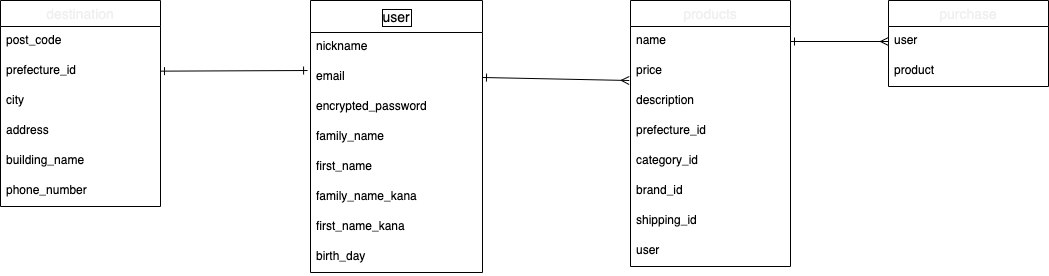
Earlier version of the draw.io export furima.drawio.png (GK9130/furima-37239). Source tidied: cells renumbered, new cells last; positions are measured from the earlier drawing's top-left corner, leaving out a move shared by most shapes.
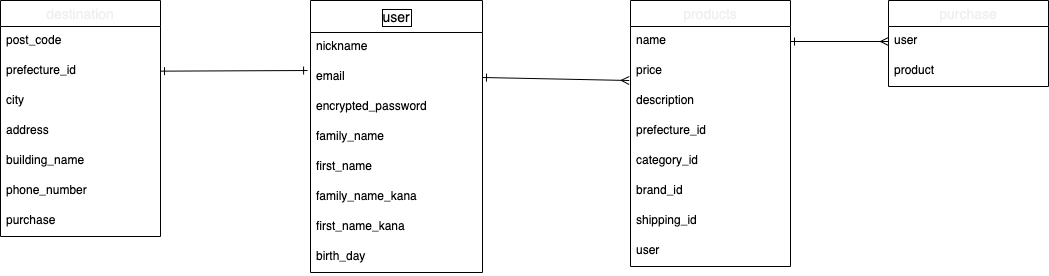
The same file after the commit.

Commit message:
ER図・DB設計5

The edit, as a diff of the source:
```diff
@@ -30,7 +30,7 @@
       <mxGeometry y="242" width="172" height="30" as="geometry" />
     </mxCell>
     <mxCell id="11" value="destination" style="swimlane;fontStyle=0;horizontal=1;startSize=26;align=center;fontSize=14;fontColor=#f0f0f0;" parent="1" vertex="1">
-      <mxGeometry width="160" height="206" as="geometry" />
+      <mxGeometry width="160" height="236" as="geometry" />
     </mxCell>
     <mxCell id="12" value="post_code" style="text;strokeColor=none;fillColor=none;spacingLeft=4;spacingRight=4;overflow=hidden;fontSize=12;" parent="11" vertex="1">
       <mxGeometry y="26" width="160" height="30" as="geometry" />
@@ -50,6 +50,9 @@
     <mxCell id="17" value="phone_number" style="text;strokeColor=none;fillColor=none;spacingLeft=4;spacingRight=4;overflow=hidden;fontSize=12;" parent="11" vertex="1">
       <mxGeometry y="176" width="160" height="30" as="geometry" />
     </mxCell>
+    <mxCell id="33" value="purchase" style="text;strokeColor=none;fillColor=none;spacingLeft=4;spacingRight=4;overflow=hidden;fontSize=12;" parent="11" vertex="1">
+      <mxGeometry y="206" width="160" height="30" as="geometry" />
+    </mxCell>
     <mxCell id="18" value="products" style="swimlane;fontStyle=0;horizontal=1;startSize=26;align=center;fontSize=14;fontColor=#f0f0f0;" parent="1" vertex="1">
       <mxGeometry x="630" width="160" height="266" as="geometry" />
     </mxCell>
```
